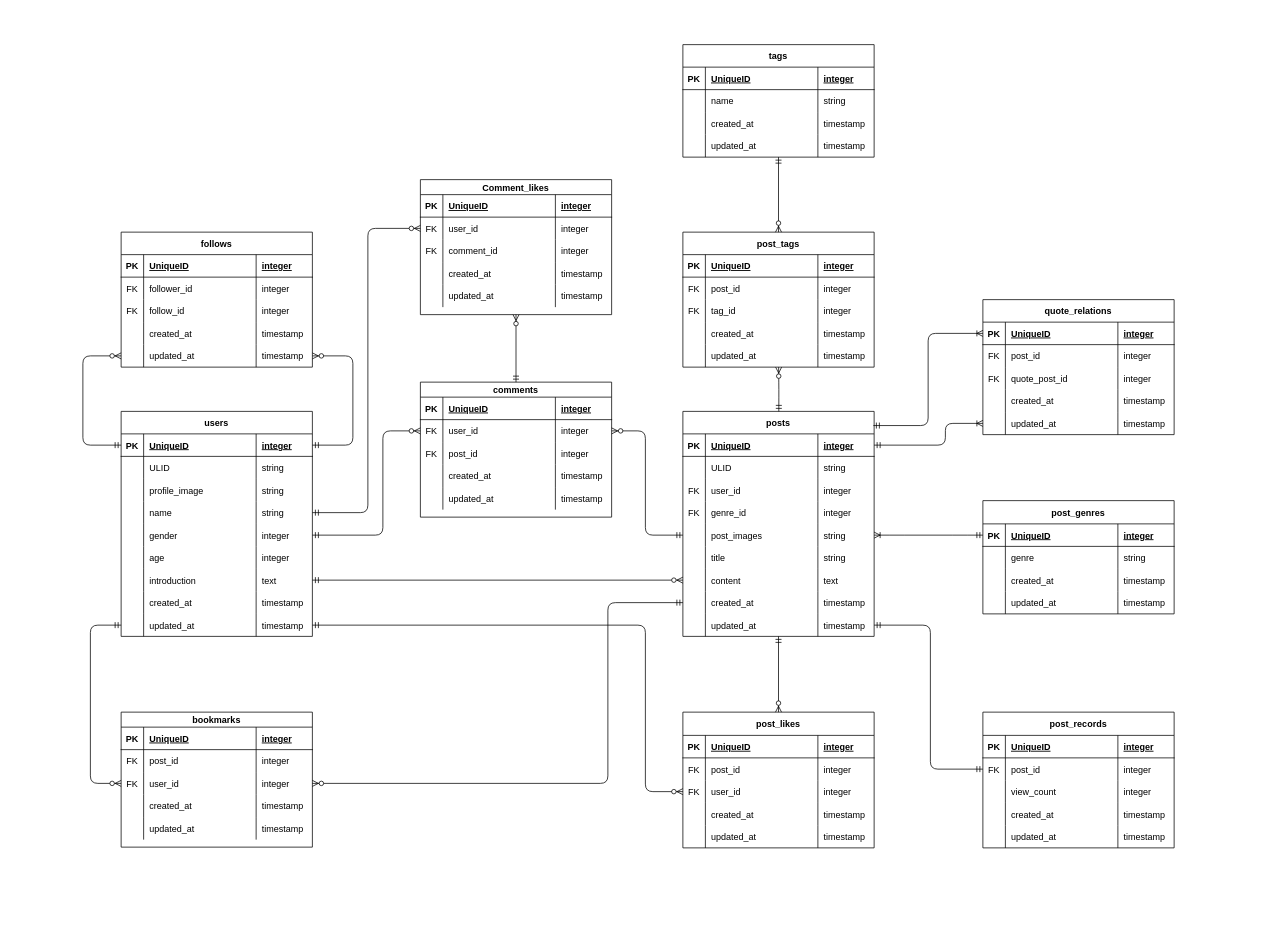
Earlier version of the draw.io diagram er_figure.drawio (Hanakus0/ideas_collection). Source tidied: cells renumbered, new cells numbered last; positions are measured from the earlier drawing's top-left corner, leaving out a move shared by most shapes. Both pictures are drawn from the tidied source at 75%, with x=0, y=0 at pixel (12, 12).
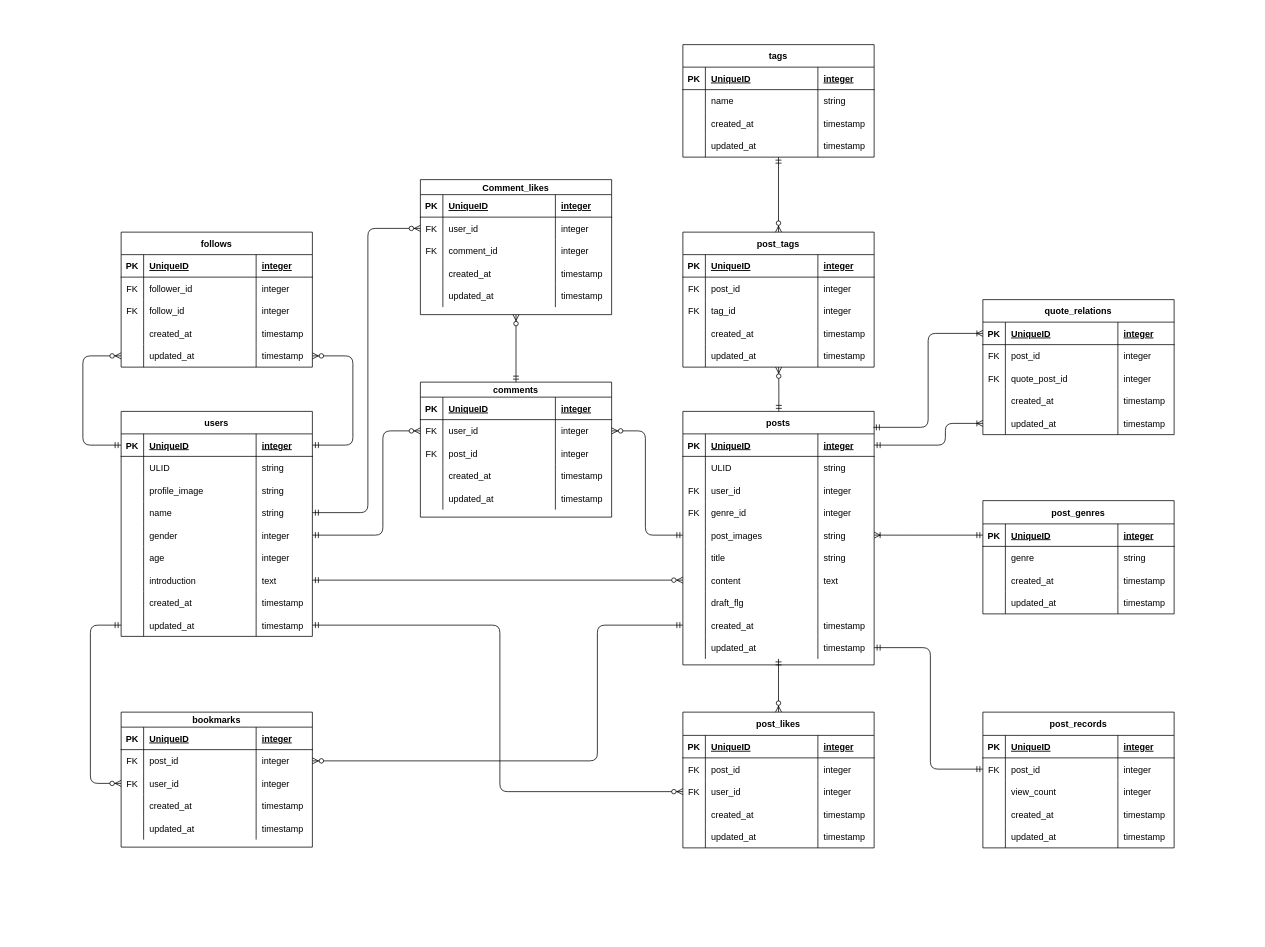
Above is the later version.

Commit message (it also covers changes not shown here):
UPDATE: add manage draft column

The change refers to these unchanged cells:
```xml
<mxCell id="35" style="shape=tableRow;horizontal=0;startSize=0;swimlaneHead=0;swimlaneBody=0;fillColor=none;points=[[0,0.5],[1,0.5]];portConstraint=eastwest;top=0;left=0;right=0;bottom=0;" parent="2" vertex="1">
  <mxGeometry y="270" width="255" height="30" as="geometry" />
</mxCell>
<mxCell id="85" style="shape=tableRow;horizontal=0;startSize=0;swimlaneHead=0;swimlaneBody=0;fillColor=none;points=[[0,0.5],[1,0.5]];portConstraint=eastwest;top=0;left=0;right=0;bottom=0;" parent="76" vertex="1">
  <mxGeometry y="91" width="255" height="30" as="geometry" />
</mxCell>
<mxCell id="102" style="shape=tableRow;horizontal=0;startSize=0;swimlaneHead=0;swimlaneBody=0;fillColor=none;points=[[0,0.5],[1,0.5]];portConstraint=eastwest;top=0;left=0;right=0;bottom=0;" parent="97" vertex="1">
  <mxGeometry y="50" width="255" height="30" as="geometry" />
</mxCell>
<mxCell id="106" style="shape=tableRow;horizontal=0;startSize=0;swimlaneHead=0;swimlaneBody=0;fillColor=none;points=[[0,0.5],[1,0.5]];portConstraint=eastwest;top=0;left=0;right=0;bottom=0;" parent="97" vertex="1">
  <mxGeometry y="80" width="255" height="30" as="geometry" />
</mxCell>
```

What changed in the source:
```diff
@@
     <mxCell id="39" value="posts" style="shape=table;startSize=30;childLayout=tableLayout;rowLines=0;fontStyle=1;align=center;" parent="1" vertex="1">
-      <mxGeometry x="894" y="532" width="255" height="300" as="geometry" />
+      <mxGeometry x="894" y="532" width="255" height="338" as="geometry" />
     </mxCell>
@@
+    <mxCell id="297" style="shape=tableRow;horizontal=0;startSize=0;swimlaneHead=0;swimlaneBody=0;fillColor=none;top=0;left=0;right=0;bottom=0;" parent="39" vertex="1">
+      <mxGeometry y="240" width="255" height="30" as="geometry" />
+    </mxCell>
+    <mxCell id="298" style="shape=partialRectangle;fillColor=none;top=0;left=0;bottom=0;right=0;overflow=hidden;" parent="297" vertex="1">
+      <mxGeometry width="30" height="30" as="geometry" />
+    </mxCell>
+    <mxCell id="299" value="draft_flg" style="shape=partialRectangle;fillColor=none;top=0;left=0;bottom=0;right=0;align=left;spacingLeft=6;overflow=hidden;" parent="297" vertex="1">
+      <mxGeometry x="30" width="150" height="30" as="geometry" />
+    </mxCell>
+    <mxCell id="300" style="shape=partialRectangle;fillColor=none;top=0;left=0;bottom=0;right=0;align=left;spacingLeft=6;overflow=hidden;" parent="297" vertex="1">
+      <mxGeometry x="180" width="75" height="30" as="geometry" />
+    </mxCell>
     <mxCell id="68" style="shape=tableRow;horizontal=0;startSize=0;swimlaneHead=0;swimlaneBody=0;fillColor=none;points=[[0,0.5],[1,0.5]];portConstraint=eastwest;top=0;left=0;right=0;bottom=0;" parent="39" vertex="1">
-      <mxGeometry y="240" width="255" height="30" as="geometry" />
+      <mxGeometry y="270" width="255" height="30" as="geometry" />
     </mxCell>
@@
     <mxCell id="72" style="shape=tableRow;horizontal=0;startSize=0;swimlaneHead=0;swimlaneBody=0;fillColor=none;points=[[0,0.5],[1,0.5]];portConstraint=eastwest;top=0;left=0;right=0;bottom=0;" parent="39" vertex="1">
-      <mxGeometry y="270" width="255" height="30" as="geometry" />
+      <mxGeometry y="300" width="255" height="30" as="geometry" />
     </mxCell>
@@
-    <mxCell id="120" style="edgeStyle=elbowEdgeStyle;fontSize=12;html=1;endArrow=ERzeroToMany;startArrow=ERmandOne;exitX=0;exitY=0.5;exitDx=0;exitDy=0;" parent="1" edge="1" source="68" target="106">
+    <mxCell id="120" style="edgeStyle=elbowEdgeStyle;fontSize=12;html=1;endArrow=ERzeroToMany;startArrow=ERmandOne;exitX=0;exitY=0.5;exitDx=0;exitDy=0;entryX=1;entryY=0.5;entryDx=0;entryDy=0;" parent="1" edge="1" source="68" target="102">
       <mxGeometry relative="1" as="geometry">
         <Array as="points">
+          <mxPoint x="780" y="910" />
+          <mxPoint x="440" y="1000" />
           <mxPoint x="794" y="893" />
           <mxPoint x="754" y="873" />
           <mxPoint x="774" y="913" />
         </Array>
       </mxGeometry>
     </mxCell>
@@
     <mxCell id="207" style="fontSize=12;html=1;endArrow=ERzeroToMany;startArrow=ERmandOne;edgeStyle=elbowEdgeStyle;entryX=0;entryY=0.5;entryDx=0;entryDy=0;exitX=1;exitY=0.5;exitDx=0;exitDy=0;" parent="1" edge="1" source="35" target="85">
       <mxGeometry relative="1" as="geometry">
         <Array as="points">
+          <mxPoint x="650" y="890" />
+          <mxPoint x="670" y="900" />
+          <mxPoint x="760" y="790" />
           <mxPoint x="844" y="913" />
           <mxPoint x="864" y="863" />
         </Array>
       </mxGeometry>
     </mxCell>
```
